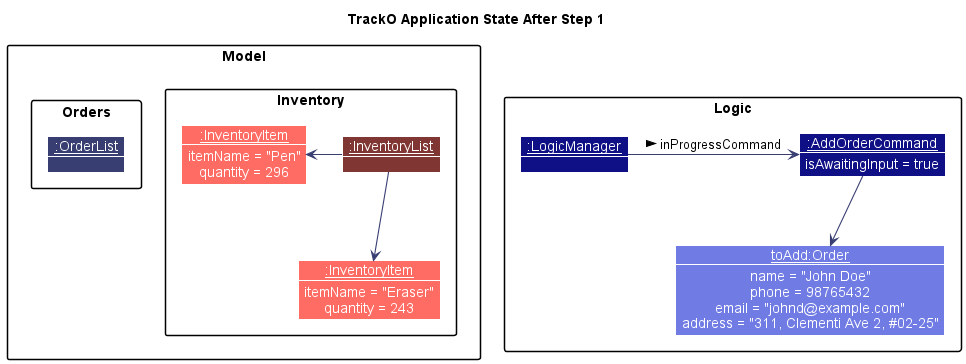
nus-cs2103-AY2223S1/tp keeps this PlantUML diagram as docs/images/developer-guide/AddOrderState1.png. Above is the earlier version. Its diagram source:
```plantuml
@startuml
!include style.puml
skinparam arrowThickness 1.1
skinparam arrowColor ORDER_MODEL_COLOR_T4
skinparam classBackgroundColor ORDER_MODEL_COLOR
skinparam objectBackgroundColor ORDER_MODEL_COLOR
hide empty members

title "TrackO Application State After Step 1"

package "Model" {
    package Inventory {
        Object "__:InventoryList__" as InventoryList ITEM_MODEL_COLOR_T4 {
        }

        skinparam objectBackgroundColor ITEM_MODEL_COLOR
        Object "__:InventoryItem__" as Item1 {
            itemName = "Pen"
            quantity = 296
        }

        Object "__:InventoryItem__" as Item2 {
            itemName = "Eraser"
            quantity = 243
        }

        InventoryList --left> Item1
        InventoryList --> Item2
    }

    package Orders {
        Object "__:OrderList__" as OrderList ORDER_MODEL_COLOR_T4 {
        }
    }
}

package Logic {
Object "__:LogicManager__" as LogicManager LOGIC_COLOR_T4 {

}

Object "__:AddOrderCommand__" as AddOrderCommand LOGIC_COLOR_T4 {
    isAwaitingInput = true
}

LogicManager -> AddOrderCommand :inProgressCommand >

Object "__toAdd:Order__" as OrderToAdd ORDER_MODEL_COLOR {
    name = "John Doe"
    phone = 98765432
    email = "johnd@example.com"
    address = "311, Clementi Ave 2, #02-25"
}

AddOrderCommand --> OrderToAdd
}


@enduml
```
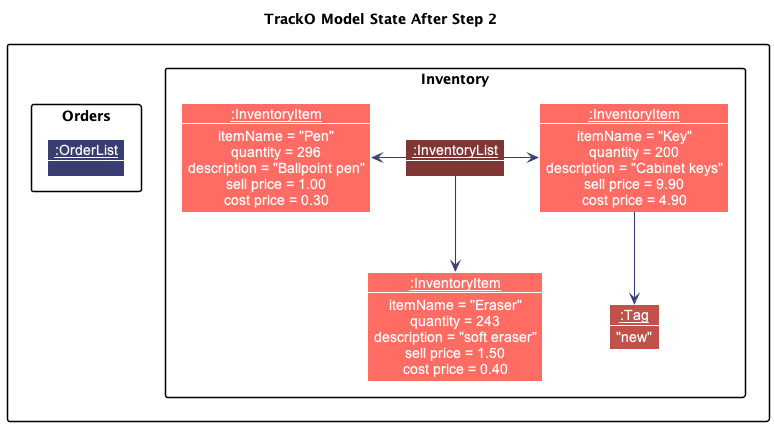
Later version of the same file.

Change to the diagram source:
```diff
@@ -6,9 +6,9 @@
 skinparam objectBackgroundColor ORDER_MODEL_COLOR
 hide empty members
 
-title "TrackO Application State After Step 1"
+title "TrackO Model State After Step 2"
 
-package "Model" {
+package {
     package Inventory {
         Object "__:InventoryList__" as InventoryList ITEM_MODEL_COLOR_T4 {
         }
@@ -17,15 +17,35 @@
         Object "__:InventoryItem__" as Item1 {
             itemName = "Pen"
             quantity = 296
+            description = "Ballpoint pen"
+            sell price = 1.00
+            cost price = 0.30
         }
 
         Object "__:InventoryItem__" as Item2 {
             itemName = "Eraser"
             quantity = 243
+            description = "soft eraser"
+            sell price = 1.50
+            cost price = 0.40
+        }
+
+        Object "__:InventoryItem__" as Item3 {
+            itemName = "Key"
+            quantity = 200
+            description = "Cabinet keys"
+            sell price = 9.90
+            cost price = 4.90
+        }
+
+        Object "__:Tag__" as Tag3 ITEM_MODEL_COLOR_T3 {
+            "new"
         }
 
         InventoryList --left> Item1
         InventoryList --> Item2
+        InventoryList --right> Item3
+        Item3 --> Tag3
     }
 
     package Orders {
@@ -33,27 +53,4 @@
         }
     }
 }
-
-package Logic {
-Object "__:LogicManager__" as LogicManager LOGIC_COLOR_T4 {
-
-}
-
-Object "__:AddOrderCommand__" as AddOrderCommand LOGIC_COLOR_T4 {
-    isAwaitingInput = true
-}
-
-LogicManager -> AddOrderCommand :inProgressCommand >
-
-Object "__toAdd:Order__" as OrderToAdd ORDER_MODEL_COLOR {
-    name = "John Doe"
-    phone = 98765432
-    email = "johnd@example.com"
-    address = "311, Clementi Ave 2, #02-25"
-}
-
-AddOrderCommand --> OrderToAdd
-}
-
-
 @enduml
```
